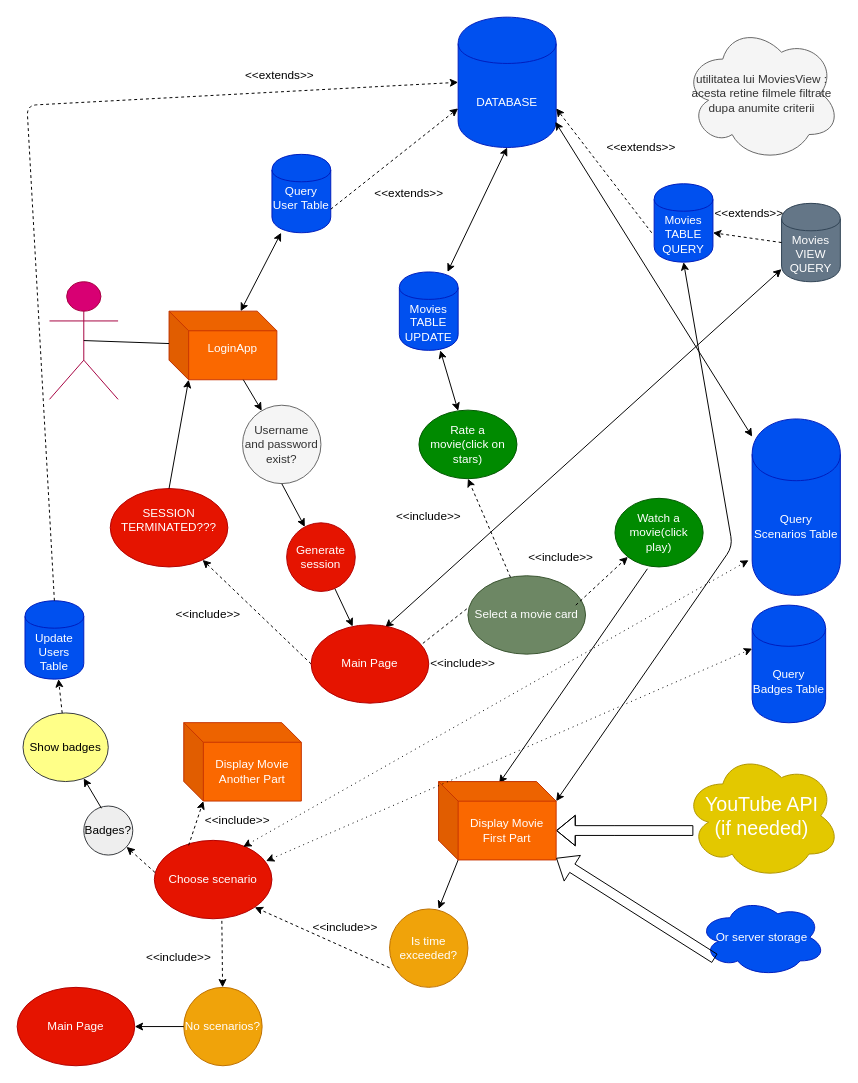
Above: T2/UseCase/MovieFlow.drawio in MarianCodrinCretu/Tehnologii-Web (draw.io), before the change. Source tidied: cells renumbered, new cells numbered last; positions are measured from the earlier drawing's top-left corner, leaving out a move shared by most shapes. Both pictures are drawn from the tidied source at 98%, with x=0, y=0 at pixel (17, 17).
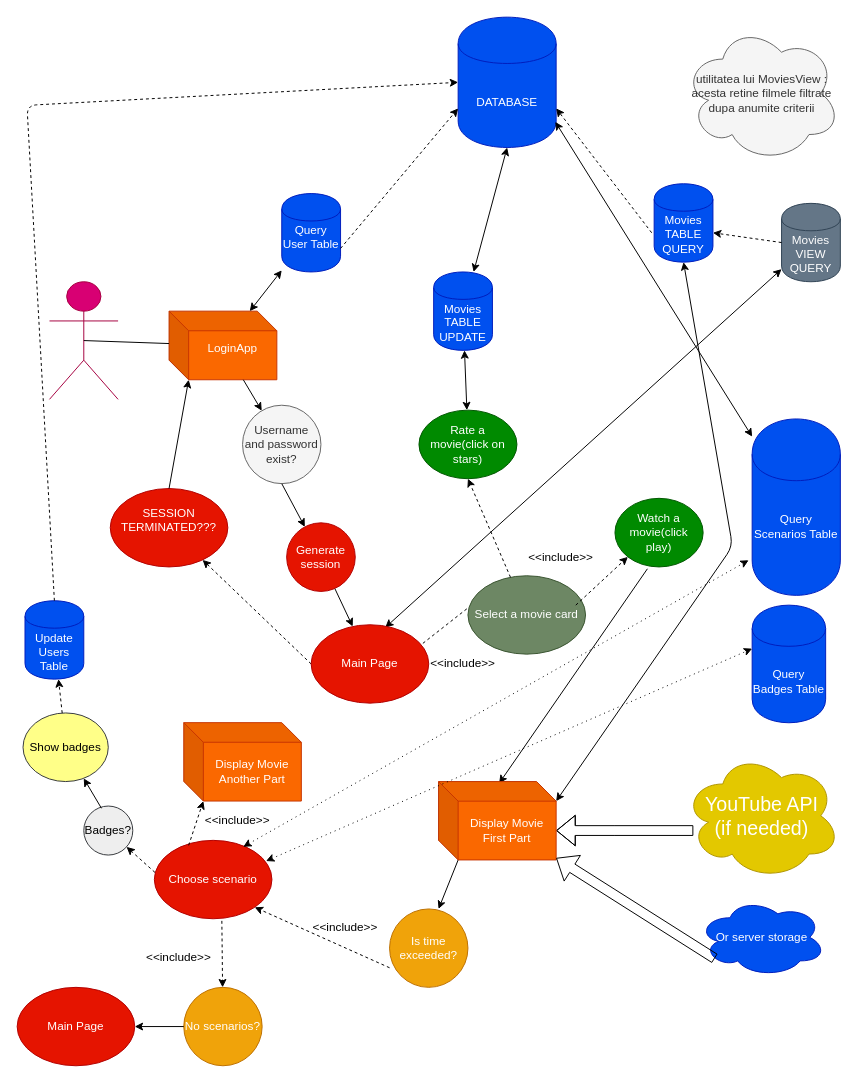
After the change.

Change to the diagram source:
```diff
@@
     <mxCell id="5" value="Query User Table&lt;br&gt;&lt;br&gt;" style="shape=cylinder;whiteSpace=wrap;html=1;boundedLbl=1;backgroundOutline=1;fillColor=#0050ef;strokeColor=#001DBC;fontColor=#ffffff;" parent="1" vertex="1">
-      <mxGeometry x="260" y="140" width="60" height="80" as="geometry" />
+      <mxGeometry x="270" y="180" width="60" height="80" as="geometry" />
     </mxCell>
@@
-    <mxCell id="12" value="&amp;lt;&amp;lt;include&amp;gt;&amp;gt;" style="text;html=1;align=left;verticalAlign=top;spacingTop=-4;" parent="1" vertex="1">
-      <mxGeometry x="160" y="600" width="80" height="20" as="geometry" />
-    </mxCell>
@@
-    <mxCell id="14" value="&amp;lt;&amp;lt;include&amp;gt;&amp;gt;" style="text;html=1;align=left;verticalAlign=top;spacingTop=-4;" parent="1" vertex="1">
-      <mxGeometry x="385" y="500" width="80" height="20" as="geometry" />
-    </mxCell>
@@
     <mxCell id="25" value="Movies TABLE UPDATE" style="shape=cylinder;whiteSpace=wrap;html=1;boundedLbl=1;backgroundOutline=1;fillColor=#0050ef;strokeColor=#001DBC;fontColor=#ffffff;" parent="1" vertex="1">
-      <mxGeometry x="390" y="260" width="60" height="80" as="geometry" />
+      <mxGeometry x="425" y="260" width="60" height="80" as="geometry" />
     </mxCell>
@@
-    <mxCell id="28" value="&amp;lt;&amp;lt;extends&amp;gt;&amp;gt;" style="text;html=1;align=left;verticalAlign=top;spacingTop=-4;" parent="1" vertex="1">
-      <mxGeometry x="710" y="190" width="90" height="20" as="geometry" />
-    </mxCell>
@@
-    <mxCell id="63" value="&amp;lt;&amp;lt;extends&amp;gt;&amp;gt;" style="text;html=1;align=left;verticalAlign=top;spacingTop=-4;" parent="1" vertex="1">
-      <mxGeometry x="363" y="170" width="90" height="20" as="geometry" />
-    </mxCell>
-    <mxCell id="64" value="&amp;lt;&amp;lt;extends&amp;gt;&amp;gt;" style="text;html=1;align=left;verticalAlign=top;spacingTop=-4;" parent="1" vertex="1">
-      <mxGeometry x="600" y="123" width="90" height="20" as="geometry" />
-    </mxCell>
@@
-    <mxCell id="70" value="&amp;lt;&amp;lt;extends&amp;gt;&amp;gt;" style="text;html=1;align=left;verticalAlign=top;spacingTop=-4;" parent="1" vertex="1">
-      <mxGeometry x="231" y="50" width="90" height="20" as="geometry" />
-    </mxCell>
```
